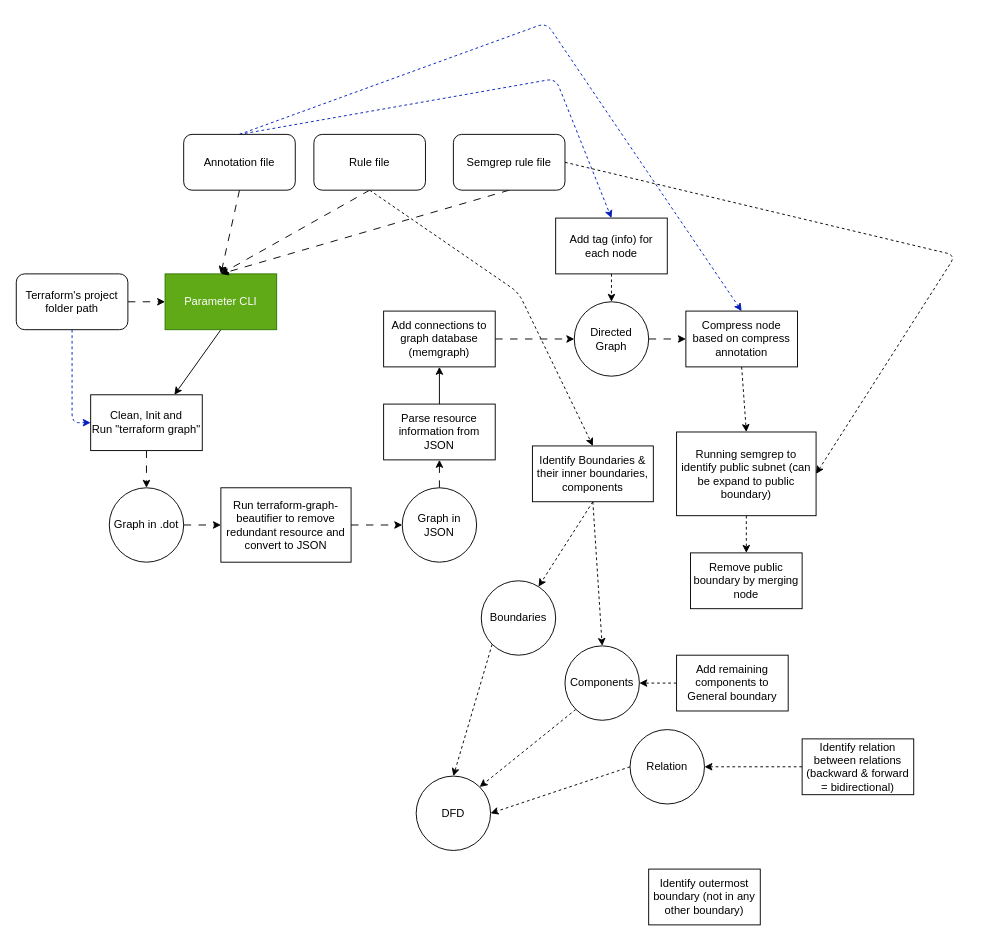
mekanican/AutoIaC keeps this draw.io diagram as architecture/main.drawio. Above is the earlier version. Source tidied: cells renumbered, new cells numbered last; positions are measured from the earlier drawing's top-left corner, leaving out a move shared by most shapes. Both pictures are drawn from the tidied source at 93%, with x=0, y=0 at pixel (16, 22).
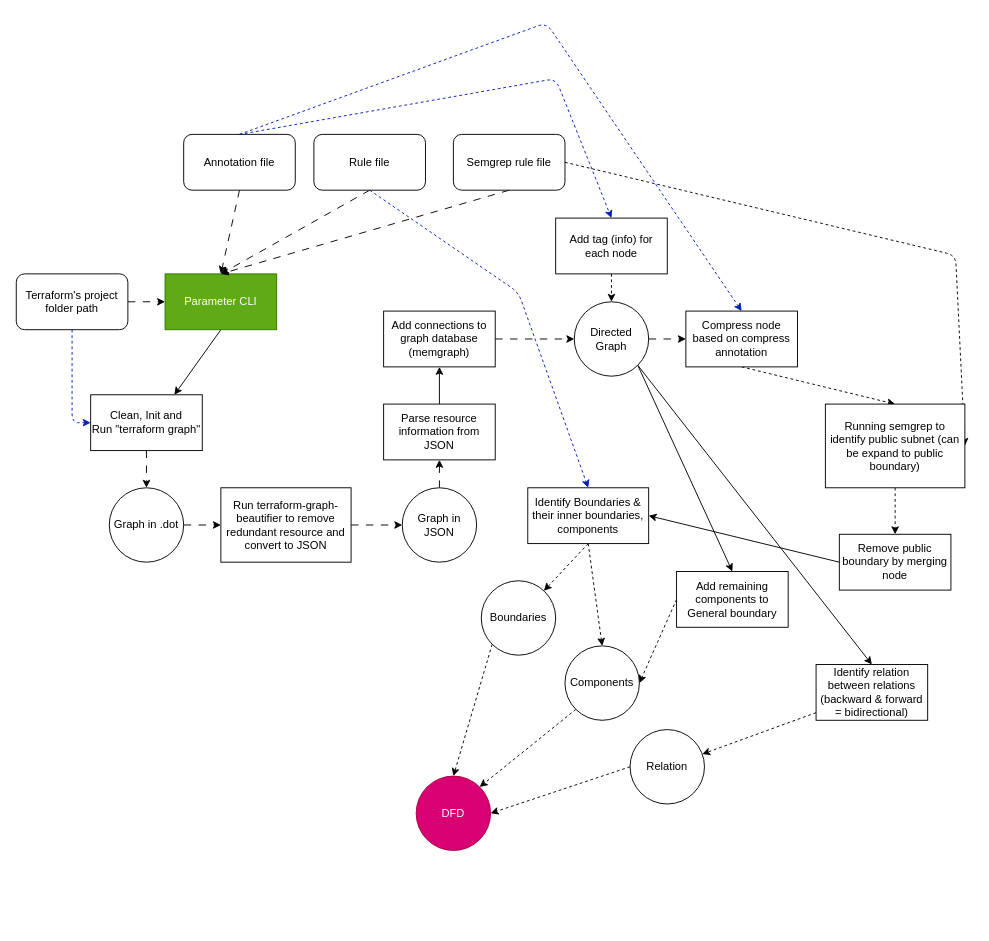
After the change.

Unchanged cells that the change refers to:
```xml
<mxCell id="23" value="Rule file" style="rounded=1;whiteSpace=wrap;html=1;" parent="1" vertex="1">
  <mxGeometry x="320" y="120" width="120" height="60" as="geometry" />
</mxCell>
<mxCell id="30" value="Directed&lt;br&gt;Graph" style="ellipse;whiteSpace=wrap;html=1;" parent="1" vertex="1">
  <mxGeometry x="600" y="300" width="80" height="80" as="geometry" />
</mxCell>
```

What changed in the source:
```diff
@@
-    <mxCell id="22" style="edgeStyle=none;html=1;exitX=0.5;exitY=1;exitDx=0;exitDy=0;entryX=0.5;entryY=0;entryDx=0;entryDy=0;dashed=1;" parent="1" edge="1" source="23" target="40">
+    <mxCell id="22" style="edgeStyle=none;html=1;exitX=0.5;exitY=1;exitDx=0;exitDy=0;entryX=0.5;entryY=0;entryDx=0;entryDy=0;dashed=1;fillColor=#0050ef;strokeColor=#001DBC;" parent="1" edge="1" source="23" target="40">
       <mxGeometry relative="1" as="geometry">
         <Array as="points">
           <mxPoint x="540" y="290" />
         </Array>
       </mxGeometry>
     </mxCell>
@@
+    <mxCell id="53" style="edgeStyle=none;html=1;exitX=1;exitY=1;exitDx=0;exitDy=0;entryX=0.5;entryY=0;entryDx=0;entryDy=0;" parent="1" edge="1" source="30" target="45">
+      <mxGeometry relative="1" as="geometry" />
+    </mxCell>
+    <mxCell id="54" style="edgeStyle=none;html=1;exitX=1;exitY=1;exitDx=0;exitDy=0;entryX=0.5;entryY=0;entryDx=0;entryDy=0;" parent="1" edge="1" source="30" target="43">
+      <mxGeometry relative="1" as="geometry" />
+    </mxCell>
@@
     <mxCell id="36" value="Running semgrep to identify public subnet (can be expand to public boundary)" style="rounded=0;whiteSpace=wrap;html=1;" parent="1" vertex="1">
-      <mxGeometry x="710" y="440" width="150" height="90" as="geometry" />
+      <mxGeometry x="870" y="410" width="150" height="90" as="geometry" />
     </mxCell>
+    <mxCell id="55" style="edgeStyle=none;html=1;exitX=0;exitY=0.5;exitDx=0;exitDy=0;entryX=1;entryY=0.5;entryDx=0;entryDy=0;" parent="1" edge="1" source="37" target="40">
+      <mxGeometry relative="1" as="geometry" />
+    </mxCell>
     <mxCell id="37" value="Remove public boundary by merging node" style="rounded=0;whiteSpace=wrap;html=1;" parent="1" vertex="1">
-      <mxGeometry x="725" y="570" width="120" height="60" as="geometry" />
+      <mxGeometry x="885" y="550" width="120" height="60" as="geometry" />
     </mxCell>
@@
     <mxCell id="40" value="Identify Boundaries &amp;amp; their inner boundaries, components" style="rounded=0;whiteSpace=wrap;html=1;" parent="1" vertex="1">
-      <mxGeometry x="555" y="455" width="130" height="60" as="geometry" />
+      <mxGeometry x="550" y="500" width="130" height="60" as="geometry" />
     </mxCell>
-    <mxCell id="41" value="Identify outermost boundary (not in any other boundary)" style="rounded=0;whiteSpace=wrap;html=1;" parent="1" vertex="1">
-      <mxGeometry x="680" y="910" width="120" height="60" as="geometry" />
-    </mxCell>
@@
     <mxCell id="43" value="Add remaining components to General boundary" style="rounded=0;whiteSpace=wrap;html=1;" parent="1" vertex="1">
-      <mxGeometry x="710" y="680" width="120" height="60" as="geometry" />
+      <mxGeometry x="710" y="590" width="120" height="60" as="geometry" />
     </mxCell>
@@
     <mxCell id="45" value="Identify relation between relations (backward &amp;amp; forward = bidirectional)" style="rounded=0;whiteSpace=wrap;html=1;" parent="1" vertex="1">
-      <mxGeometry x="845" y="770" width="120" height="60" as="geometry" />
+      <mxGeometry x="860" y="690" width="120" height="60" as="geometry" />
     </mxCell>
-    <mxCell id="46" value="DFD" style="ellipse;whiteSpace=wrap;html=1;" parent="1" vertex="1">
+    <mxCell id="46" value="DFD" style="ellipse;whiteSpace=wrap;html=1;fillColor=#d80073;fontColor=#ffffff;strokeColor=#A50040;" parent="1" vertex="1">
       <mxGeometry x="430" y="810" width="80" height="80" as="geometry" />
     </mxCell>
```
